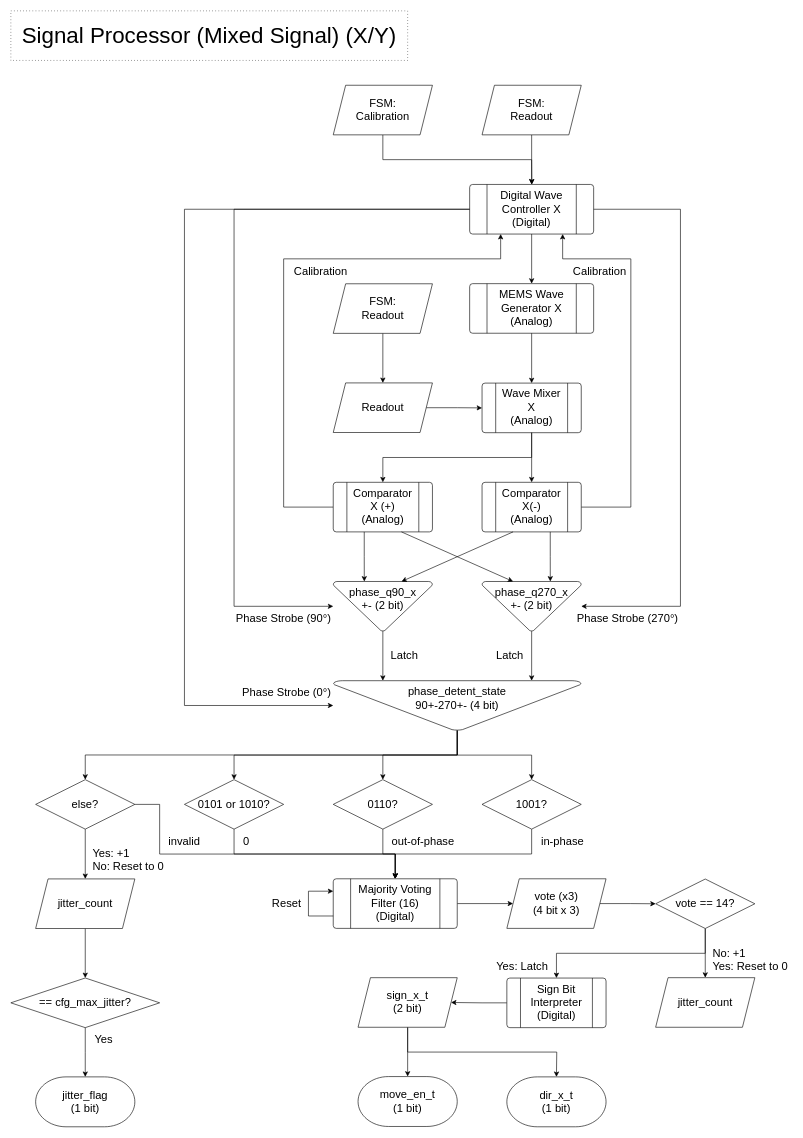
Earlier version of the draw.io diagram page "Signal Processor" (4 of 13) of Media/Optical Probe Station Design.drawio (victoriatjhin/Probton). Source tidied: cells renumbered, new cells numbered last; positions are measured from the earlier drawing's top-left corner, leaving out a move shared by most shapes. Both pictures are drawn from the tidied source at 62%, with x=0, y=0 at pixel (11, 11).
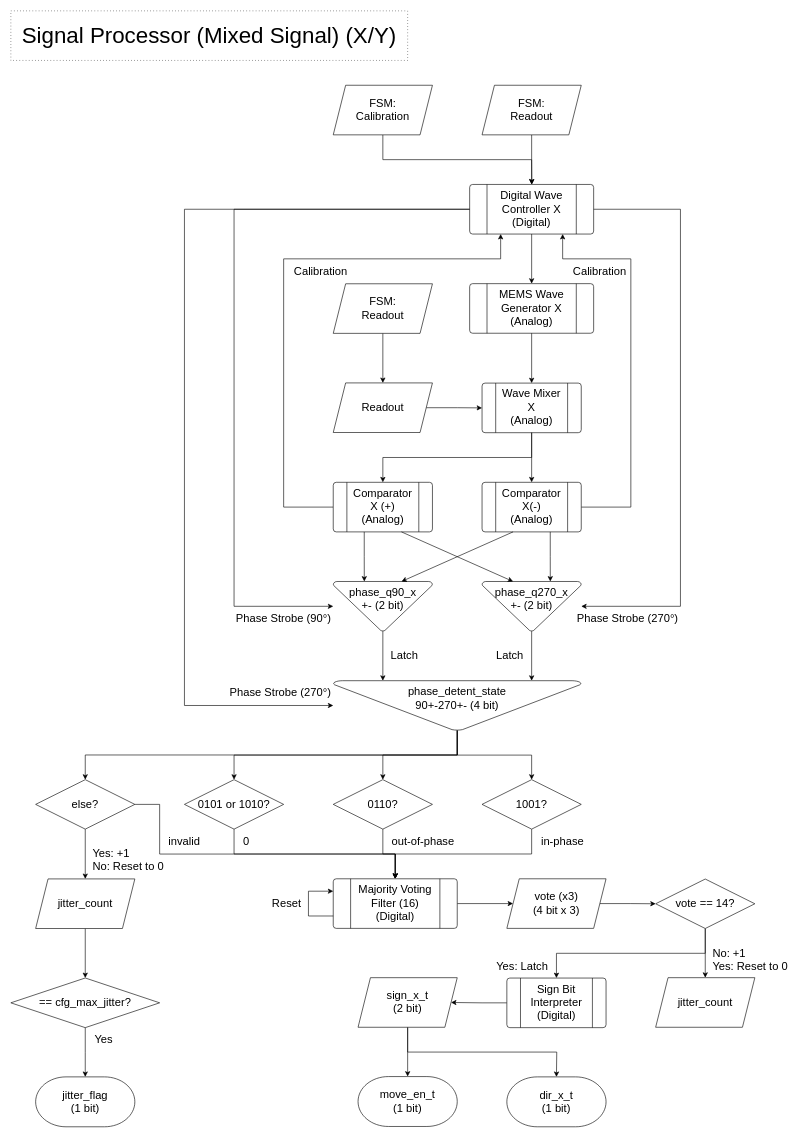
The same diagram, later.

Diff of the diagram source:
```diff
@@
-    <mxCell id="89" value="&lt;span style=&quot;font-size: 18px;&quot;&gt;Phase Strobe &lt;/span&gt;&lt;span style=&quot;font-size: 18px;&quot;&gt;(0°)&lt;/span&gt;" style="text;html=1;whiteSpace=wrap;strokeColor=none;fillColor=none;align=center;verticalAlign=middle;rounded=0;" parent="1" vertex="1">
-      <mxGeometry x="370" y="1090" width="150" height="20" as="geometry" />
+    <mxCell id="89" value="&lt;span style=&quot;font-size: 18px;&quot;&gt;Phase Strobe &lt;/span&gt;&lt;span style=&quot;font-size: 18px;&quot;&gt;(270°)&lt;/span&gt;" style="text;html=1;whiteSpace=wrap;strokeColor=none;fillColor=none;align=center;verticalAlign=middle;rounded=0;" parent="1" vertex="1">
+      <mxGeometry x="350" y="1090" width="170" height="20" as="geometry" />
     </mxCell>
```
